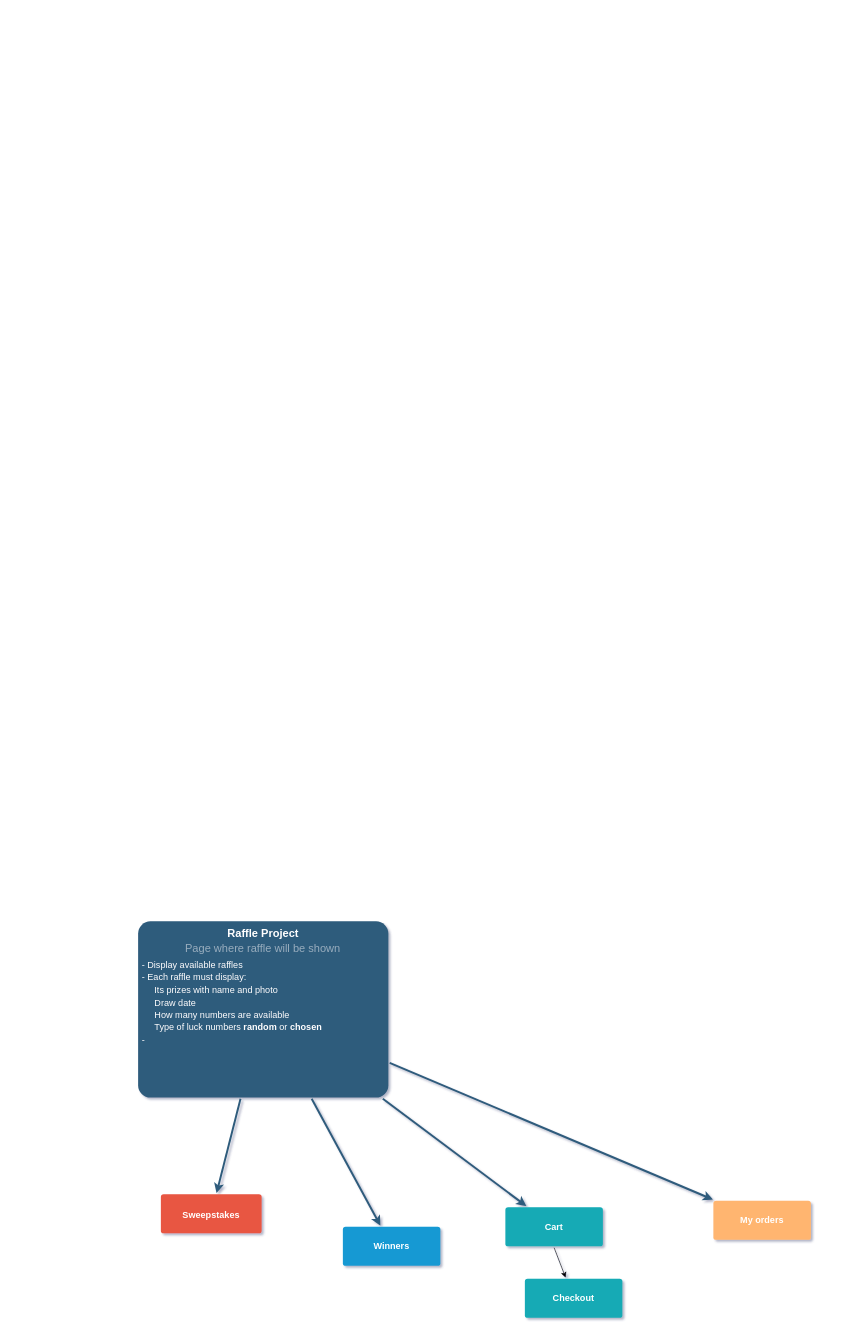
Above: Untitled Diagram.drawio in Kenidyss/testapp (draw.io), before the change. Source tidied: cells renumbered, new cells numbered last; positions are measured from the earlier drawing's top-left corner, leaving out a move shared by most shapes. Both pictures are drawn from the tidied source at 65%, with x=0, y=0 at pixel (138, 921).
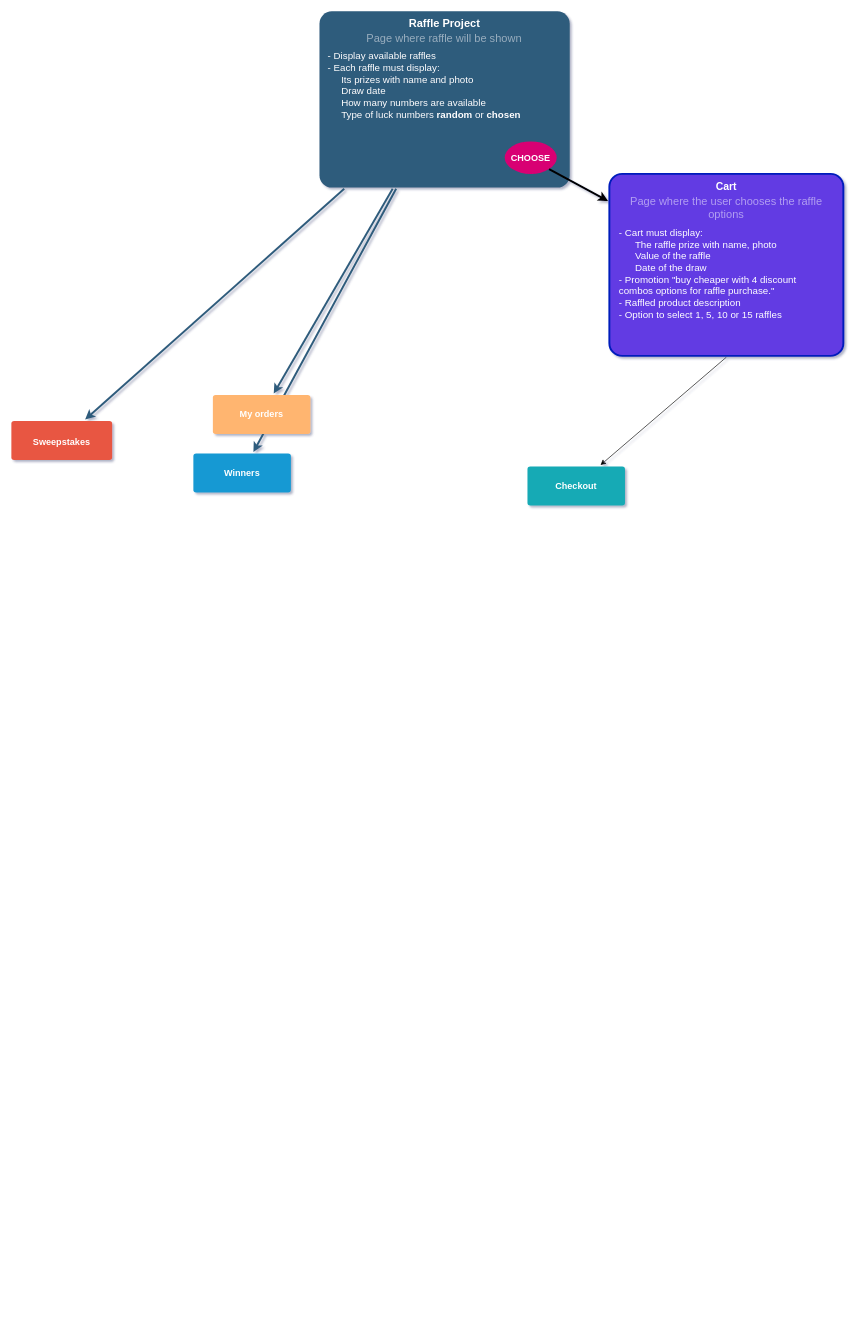
The same diagram, later.

The edit, as a diff of the source:
```diff
@@
 <mxGraphModel shadow="1">
   <root>
     <mxCell id="0" />
     <mxCell id="1" parent="0" />
-    <mxCell id="2" style="edgeStyle=none;rounded=0;jumpStyle=none;html=1;shadow=0;labelBackgroundColor=none;startArrow=none;startFill=0;endArrow=classic;endFill=1;jettySize=auto;strokeColor=#2F5B7C;strokeWidth=3;fontFamily=Helvetica;fontSize=16;fontColor=#23445D;spacing=5;" parent="1" edge="1" source="5" target="8">
-      <mxGeometry relative="1" as="geometry" />
-    </mxCell>
     <mxCell id="3" style="edgeStyle=none;rounded=0;jumpStyle=none;html=1;shadow=0;labelBackgroundColor=none;startArrow=none;startFill=0;endArrow=classic;endFill=1;jettySize=auto;strokeColor=#2F5B7C;strokeWidth=3;fontFamily=Helvetica;fontSize=16;fontColor=#23445D;spacing=5;" parent="1" edge="1" source="5" target="7">
       <mxGeometry relative="1" as="geometry" />
     </mxCell>
     <mxCell id="4" style="edgeStyle=none;rounded=0;jumpStyle=none;html=1;shadow=0;labelBackgroundColor=none;startArrow=none;startFill=0;endArrow=classic;endFill=1;jettySize=auto;strokeColor=#2F5B7C;strokeWidth=3;fontFamily=Helvetica;fontSize=16;fontColor=#23445D;spacing=5;" parent="1" edge="1" source="5" target="6">
       <mxGeometry relative="1" as="geometry" />
     </mxCell>
-    <mxCell id="5" value="&lt;font style=&quot;font-size: 17px&quot;&gt;Raffle Project&lt;br&gt;&lt;br&gt;&lt;/font&gt;" style="rounded=1;whiteSpace=wrap;html=1;shadow=0;labelBackgroundColor=none;strokeColor=none;strokeWidth=3;fillColor=#2F5B7C;fontFamily=Helvetica;fontSize=16;fontColor=#FFFFFF;align=center;fontStyle=1;spacing=5;arcSize=7;perimeterSpacing=2;verticalAlign=top;" parent="1" vertex="1">
-      <mxGeometry width="385" height="271" as="geometry" />
-    </mxCell>
     <mxCell id="6" value="&lt;p style=&quot;line-height: 1.2&quot;&gt;&lt;span&gt;Sweepstakes&lt;/span&gt;&lt;/p&gt;" style="rounded=1;whiteSpace=wrap;html=1;shadow=0;labelBackgroundColor=none;strokeColor=none;strokeWidth=3;fillColor=#e85642;fontFamily=Helvetica;fontSize=14;fontColor=#FFFFFF;align=center;spacing=5;fontStyle=1;arcSize=7;perimeterSpacing=2;verticalAlign=top;" parent="1" vertex="1">
-      <mxGeometry x="35" y="420" width="155" height="60" as="geometry" />
+      <mxGeometry x="-195" y="-770" width="155" height="60" as="geometry" />
     </mxCell>
     <mxCell id="7" value="Winners" style="rounded=1;whiteSpace=wrap;html=1;shadow=0;labelBackgroundColor=none;strokeColor=none;strokeWidth=3;fillColor=#1699d3;fontFamily=Helvetica;fontSize=14;fontColor=#FFFFFF;align=center;spacing=5;fontStyle=1;arcSize=7;perimeterSpacing=2;" parent="1" vertex="1">
-      <mxGeometry x="315" y="470" width="150" height="60" as="geometry" />
+      <mxGeometry x="85" y="-720" width="150" height="60" as="geometry" />
     </mxCell>
-    <mxCell id="8" value="Cart" style="rounded=1;whiteSpace=wrap;html=1;shadow=0;labelBackgroundColor=none;strokeColor=none;strokeWidth=3;fillColor=#12aab5;fontFamily=Helvetica;fontSize=14;fontColor=#FFFFFF;align=center;spacing=5;fontStyle=1;arcSize=7;perimeterSpacing=2;" parent="1" vertex="1">
-      <mxGeometry x="565" y="440" width="150" height="60" as="geometry" />
-    </mxCell>
     <mxCell id="9" value="Checkout" style="rounded=1;whiteSpace=wrap;html=1;shadow=0;labelBackgroundColor=none;strokeColor=none;strokeWidth=3;fillColor=#12aab5;fontFamily=Helvetica;fontSize=14;fontColor=#FFFFFF;align=center;spacing=5;fontStyle=1;arcSize=7;perimeterSpacing=2;" parent="1" vertex="1">
-      <mxGeometry x="595" y="550" width="150" height="60" as="geometry" />
+      <mxGeometry x="599" y="-700" width="150" height="60" as="geometry" />
     </mxCell>
     <mxCell id="10" style="endArrow=classic;html=1;rounded=0;fontSize=17;exitX=0.5;exitY=1;exitDx=0;exitDy=0;" parent="1" edge="1" source="8" target="9">
       <mxGeometry relative="1" as="geometry" />
     </mxCell>
     <mxCell id="11" value="My orders" style="rounded=1;whiteSpace=wrap;html=1;shadow=0;labelBackgroundColor=none;strokeColor=none;strokeWidth=3;fillColor=#FFB570;fontFamily=Helvetica;fontSize=14;fontColor=#FFFFFF;align=center;spacing=5;fontStyle=1;arcSize=7;perimeterSpacing=2;" parent="1" vertex="1">
-      <mxGeometry x="885" y="430" width="150" height="60" as="geometry" />
+      <mxGeometry x="115" y="-810" width="150" height="60" as="geometry" />
     </mxCell>
     <mxCell id="12" style="edgeStyle=none;rounded=0;jumpStyle=none;html=1;shadow=0;labelBackgroundColor=none;startArrow=none;startFill=0;endArrow=classic;endFill=1;jettySize=auto;strokeColor=#2F5B7C;strokeWidth=3;fontFamily=Helvetica;fontSize=16;fontColor=#23445D;spacing=5;" parent="1" edge="1" source="5" target="11">
       <mxGeometry relative="1" as="geometry" />
     </mxCell>
+    <mxCell id="15" style="group;" parent="1" vertex="1">
+      <mxGeometry x="279" y="-1400" width="385" height="281" as="geometry" />
+    </mxCell>
+    <mxCell id="5" value="&lt;font style=&quot;font-size: 17px&quot;&gt;Raffle Project&lt;br&gt;&lt;br&gt;&lt;/font&gt;" style="rounded=1;whiteSpace=wrap;html=1;shadow=0;labelBackgroundColor=none;strokeColor=none;strokeWidth=3;fillColor=#2F5B7C;fontFamily=Helvetica;fontSize=16;fontColor=#FFFFFF;align=center;fontStyle=1;spacing=5;arcSize=7;perimeterSpacing=2;verticalAlign=top;" parent="15" vertex="1">
+      <mxGeometry width="385" height="271" as="geometry" />
+    </mxCell>
-    <mxCell id="13" value="&lt;span style=&quot;font-size: 17px&quot;&gt;Page where raffle will be shown&lt;/span&gt;" style="rounded=1;whiteSpace=wrap;html=1;shadow=0;labelBackgroundColor=none;strokeColor=none;strokeWidth=3;fillColor=none;fontFamily=Helvetica;fontSize=16;fontColor=#FFFFFF;align=center;fontStyle=0;spacing=5;arcSize=7;perimeterSpacing=2;verticalAlign=top;textOpacity=50;" parent="1" vertex="1">
+    <mxCell id="13" value="&lt;span style=&quot;font-size: 17px&quot;&gt;Page where raffle will be shown&lt;/span&gt;" style="rounded=1;whiteSpace=wrap;html=1;shadow=0;labelBackgroundColor=none;strokeColor=none;strokeWidth=3;fillColor=none;fontFamily=Helvetica;fontSize=16;fontColor=#FFFFFF;align=center;fontStyle=0;spacing=5;arcSize=7;perimeterSpacing=2;verticalAlign=top;textOpacity=50;" parent="15" vertex="1">
       <mxGeometry x="7.5" y="21.5" width="367.5" height="44.5" as="geometry" />
     </mxCell>
+    <mxCell id="16" value="CHOOSE" style="ellipse;whiteSpace=wrap;html=1;labelBackgroundColor=none;fontSize=14;fillColor=#d80073;strokeColor=none;fontColor=#ffffff;fontStyle=1;" parent="15" vertex="1">
+      <mxGeometry x="285" y="200" width="80" height="50" as="geometry" />
+    </mxCell>
+    <mxCell id="17" style="group;" parent="1" vertex="1">
+      <mxGeometry x="725" y="-1150" width="360" height="280" as="geometry" />
+    </mxCell>
+    <mxCell id="8" value="Cart" style="rounded=1;whiteSpace=wrap;html=1;shadow=0;labelBackgroundColor=none;strokeWidth=3;fontFamily=Helvetica;fontSize=16;align=center;spacing=5;fontStyle=1;arcSize=7;perimeterSpacing=2;verticalAlign=top;fillColor=#623BE3;strokeColor=#001DBC;fontColor=#ffffff;" parent="17" vertex="1">
+      <mxGeometry width="360" height="280" as="geometry" />
+    </mxCell>
+    <mxCell id="18" value="&lt;span style=&quot;font-size: 17px&quot;&gt;Page where the user chooses the raffle options&lt;/span&gt;" style="rounded=1;whiteSpace=wrap;html=1;shadow=0;labelBackgroundColor=none;strokeColor=none;strokeWidth=3;fillColor=none;fontFamily=Helvetica;fontSize=16;fontColor=#FFFFFF;align=center;fontStyle=0;spacing=5;arcSize=7;perimeterSpacing=2;verticalAlign=top;textOpacity=50;" parent="17" vertex="1">
+      <mxGeometry y="23" width="360" height="44.5" as="geometry" />
+    </mxCell>
+    <mxCell id="19" value="&lt;p style=&quot;line-height: 1.2&quot;&gt;-&amp;nbsp;Cart must display:&lt;br&gt;&amp;nbsp; &amp;nbsp; &amp;nbsp; The raffle prize with name, photo&lt;br&gt;&amp;nbsp; &amp;nbsp; &amp;nbsp; Value of the raffle&lt;br&gt;&amp;nbsp; &amp;nbsp; &amp;nbsp; Date of the draw&lt;br&gt;-&amp;nbsp;Promotion &quot;buy cheaper with 4 discount&amp;nbsp; &amp;nbsp; &amp;nbsp; &amp;nbsp; &amp;nbsp; &amp;nbsp; &amp;nbsp; combos options for raffle purchase.&quot;&lt;br&gt;-&amp;nbsp;Raffled product description&lt;br&gt;-&amp;nbsp;Option to select 1, 5, 10 or 15 raffles&lt;br&gt;&lt;/p&gt;" style="rounded=1;whiteSpace=wrap;shadow=0;labelBackgroundColor=none;strokeColor=none;strokeWidth=3;fillColor=none;fontFamily=Helvetica;fontSize=15;fontColor=#FFFFFF;align=left;fontStyle=0;spacing=2;arcSize=7;perimeterSpacing=2;verticalAlign=top;spacingBottom=0;spacingTop=0;html=1;" parent="17" vertex="1">
+      <mxGeometry x="13" y="59.5" width="333" height="190.5" as="geometry" />
+    </mxCell>
+    <mxCell id="2" style="edgeStyle=none;rounded=0;jumpStyle=none;html=1;shadow=0;labelBackgroundColor=none;startArrow=none;startFill=0;endArrow=classic;endFill=1;jettySize=auto;strokeColor=#000000;strokeWidth=3;fontFamily=Helvetica;fontSize=16;fontColor=#23445D;spacing=5;exitX=1;exitY=1;exitDx=0;exitDy=0;" parent="1" edge="1" source="16" target="8">
+      <mxGeometry relative="1" as="geometry" />
+    </mxCell>
-    <mxCell id="14" value="&lt;font style=&quot;font-size: 14px&quot;&gt;- Display available raffles&lt;br&gt;-&amp;nbsp;Each raffle must display:&lt;br&gt;&amp;nbsp; &amp;nbsp; &amp;nbsp;Its prizes&amp;nbsp;with name and photo&lt;br&gt;&amp;nbsp; &amp;nbsp; &amp;nbsp;Draw date&lt;br&gt;&amp;nbsp; &amp;nbsp; &amp;nbsp;How many numbers are available&lt;br&gt;&amp;nbsp; &amp;nbsp; &amp;nbsp;Type of luck numbers &lt;b&gt;random&lt;/b&gt; or &lt;b&gt;chosen&lt;br&gt;&lt;/b&gt;-&amp;nbsp;&lt;br&gt;&lt;/font&gt;" style="rounded=1;whiteSpace=wrap;html=1;shadow=0;labelBackgroundColor=none;strokeColor=none;strokeWidth=3;fillColor=none;fontFamily=Helvetica;fontSize=16;fontColor=#FFFFFF;align=left;fontStyle=0;spacing=2;arcSize=7;perimeterSpacing=2;verticalAlign=top;" parent="1" vertex="1">
-      <mxGeometry x="4" y="50" width="370" height="231" as="geometry" />
+    <mxCell id="14" value="&lt;font style=&quot;font-size: 15px ; line-height: 1.2&quot;&gt;- Display available raffles&lt;br style=&quot;font-size: 15px&quot;&gt;-&amp;nbsp;Each raffle must display:&lt;br style=&quot;font-size: 15px&quot;&gt;&amp;nbsp; &amp;nbsp; &amp;nbsp;Its prizes&amp;nbsp;with name and photo&lt;br style=&quot;font-size: 15px&quot;&gt;&amp;nbsp; &amp;nbsp; &amp;nbsp;Draw date&lt;br style=&quot;font-size: 15px&quot;&gt;&amp;nbsp; &amp;nbsp; &amp;nbsp;How many numbers are available&lt;br style=&quot;font-size: 15px&quot;&gt;&amp;nbsp; &amp;nbsp; &amp;nbsp;Type of luck numbers &lt;b style=&quot;font-size: 15px&quot;&gt;random&lt;/b&gt; or &lt;b style=&quot;font-size: 15px&quot;&gt;chosen&lt;/b&gt;&lt;br style=&quot;font-size: 15px&quot;&gt;&lt;/font&gt;" style="rounded=1;whiteSpace=wrap;html=1;shadow=0;labelBackgroundColor=none;strokeColor=none;strokeWidth=3;fillColor=none;fontFamily=Helvetica;fontSize=15;fontColor=#FFFFFF;align=left;fontStyle=0;spacing=2;arcSize=7;perimeterSpacing=2;verticalAlign=top;" parent="1" vertex="1">
+      <mxGeometry x="290" y="-1347" width="346" height="231" as="geometry" />
     </mxCell>
   </root>
 </mxGraphModel>
```
